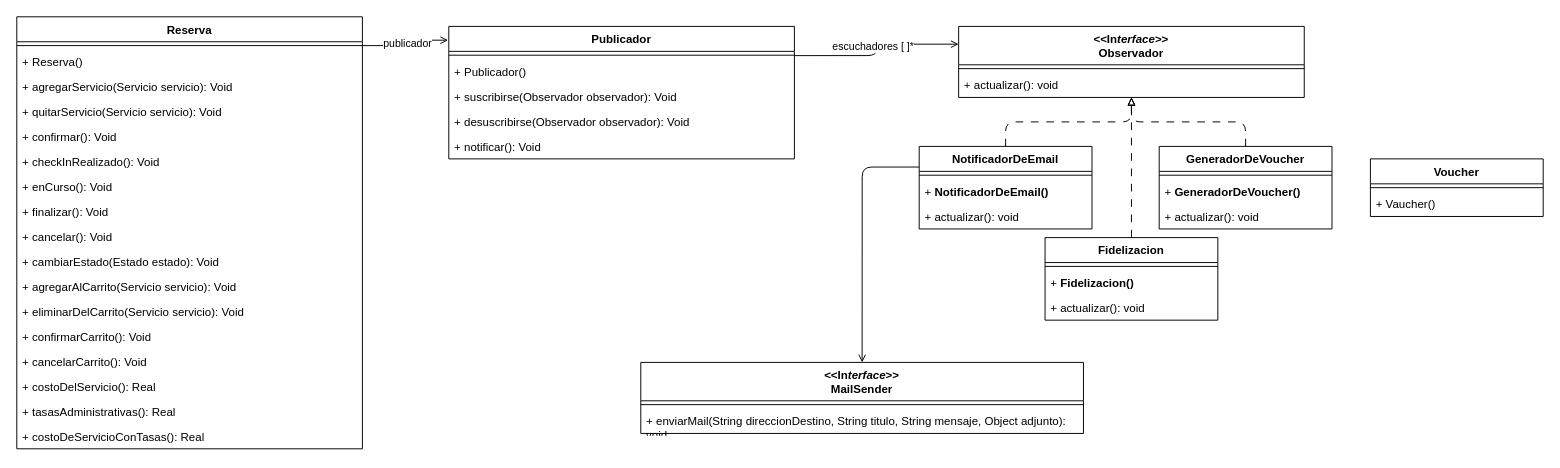
Earlier version of the draw.io diagram 2.5Notificaciones.drawio (Naxayy/UNQ_Travel). Source tidied: cells renumbered, new cells numbered last; positions are measured from the earlier drawing's top-left corner, leaving out a move shared by most shapes. Both pictures are drawn from the tidied source at 96%, with x=0, y=0 at pixel (16, 16).
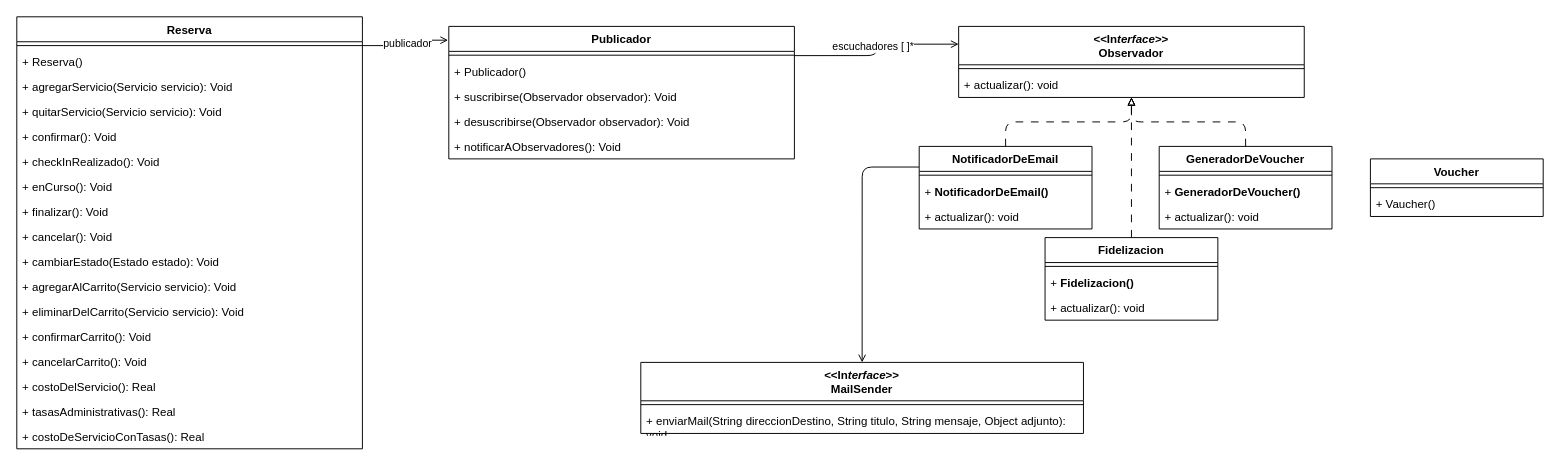
Above is the later version.

Unchanged cells that the change refers to:
```xml
<mxCell id="22" value="Publicador" style="swimlane;fontStyle=1;align=center;verticalAlign=top;horizontal=1;startSize=26;whiteSpace=wrap;html=1;strokeColor=default;swimlaneFillColor=default;fontFamily=Helvetica;fontSize=12;fontColor=default;fillColor=default;gradientColor=none;" parent="1" vertex="1">
  <mxGeometry x="450" y="10" width="360" height="138" as="geometry" />
</mxCell>
```

Change to the diagram source:
```diff
@@
-    <mxCell id="27" value="+ notificar(): Void" style="text;strokeColor=none;fillColor=none;align=left;verticalAlign=top;spacingLeft=4;spacingRight=4;overflow=hidden;whiteSpace=wrap;html=1;" parent="22" vertex="1">
+    <mxCell id="27" value="+ notificarAObservadores(): Void" style="text;strokeColor=none;fillColor=none;align=left;verticalAlign=top;spacingLeft=4;spacingRight=4;overflow=hidden;whiteSpace=wrap;html=1;" parent="22" vertex="1">
       <mxGeometry y="112" width="360" height="26" as="geometry" />
     </mxCell>
```
